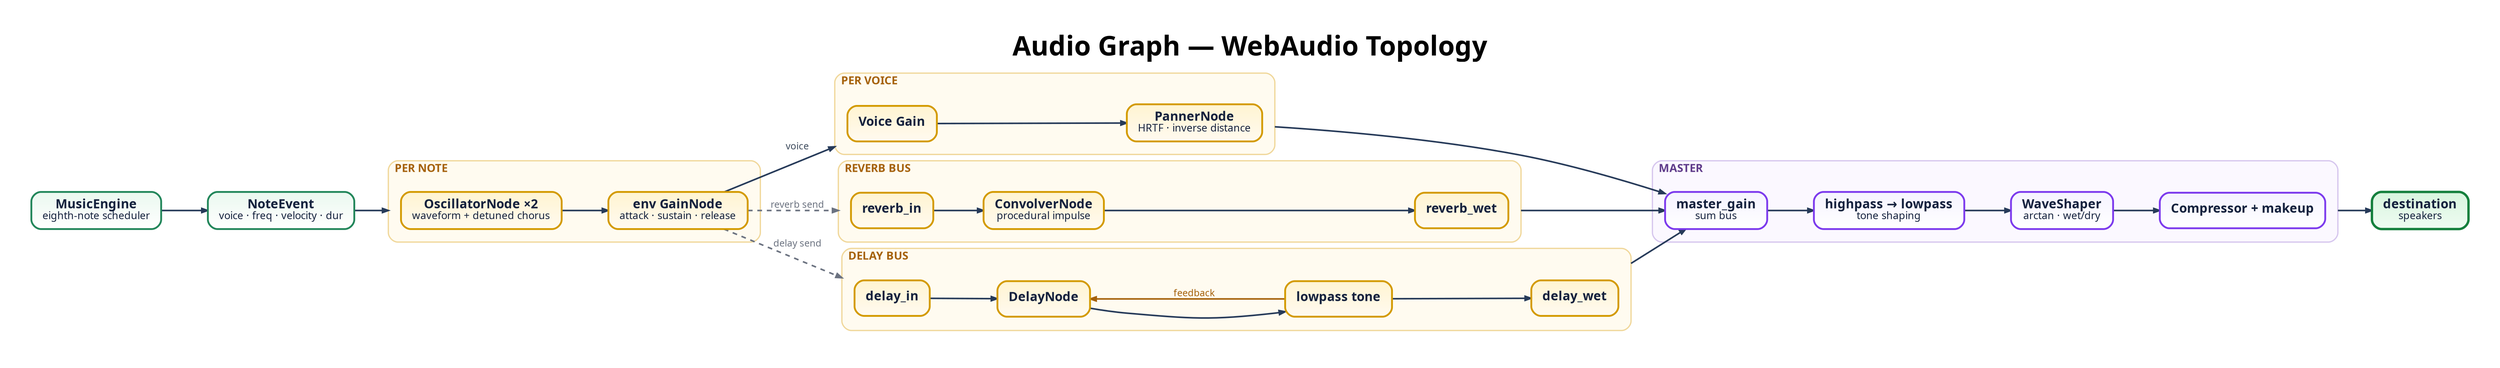
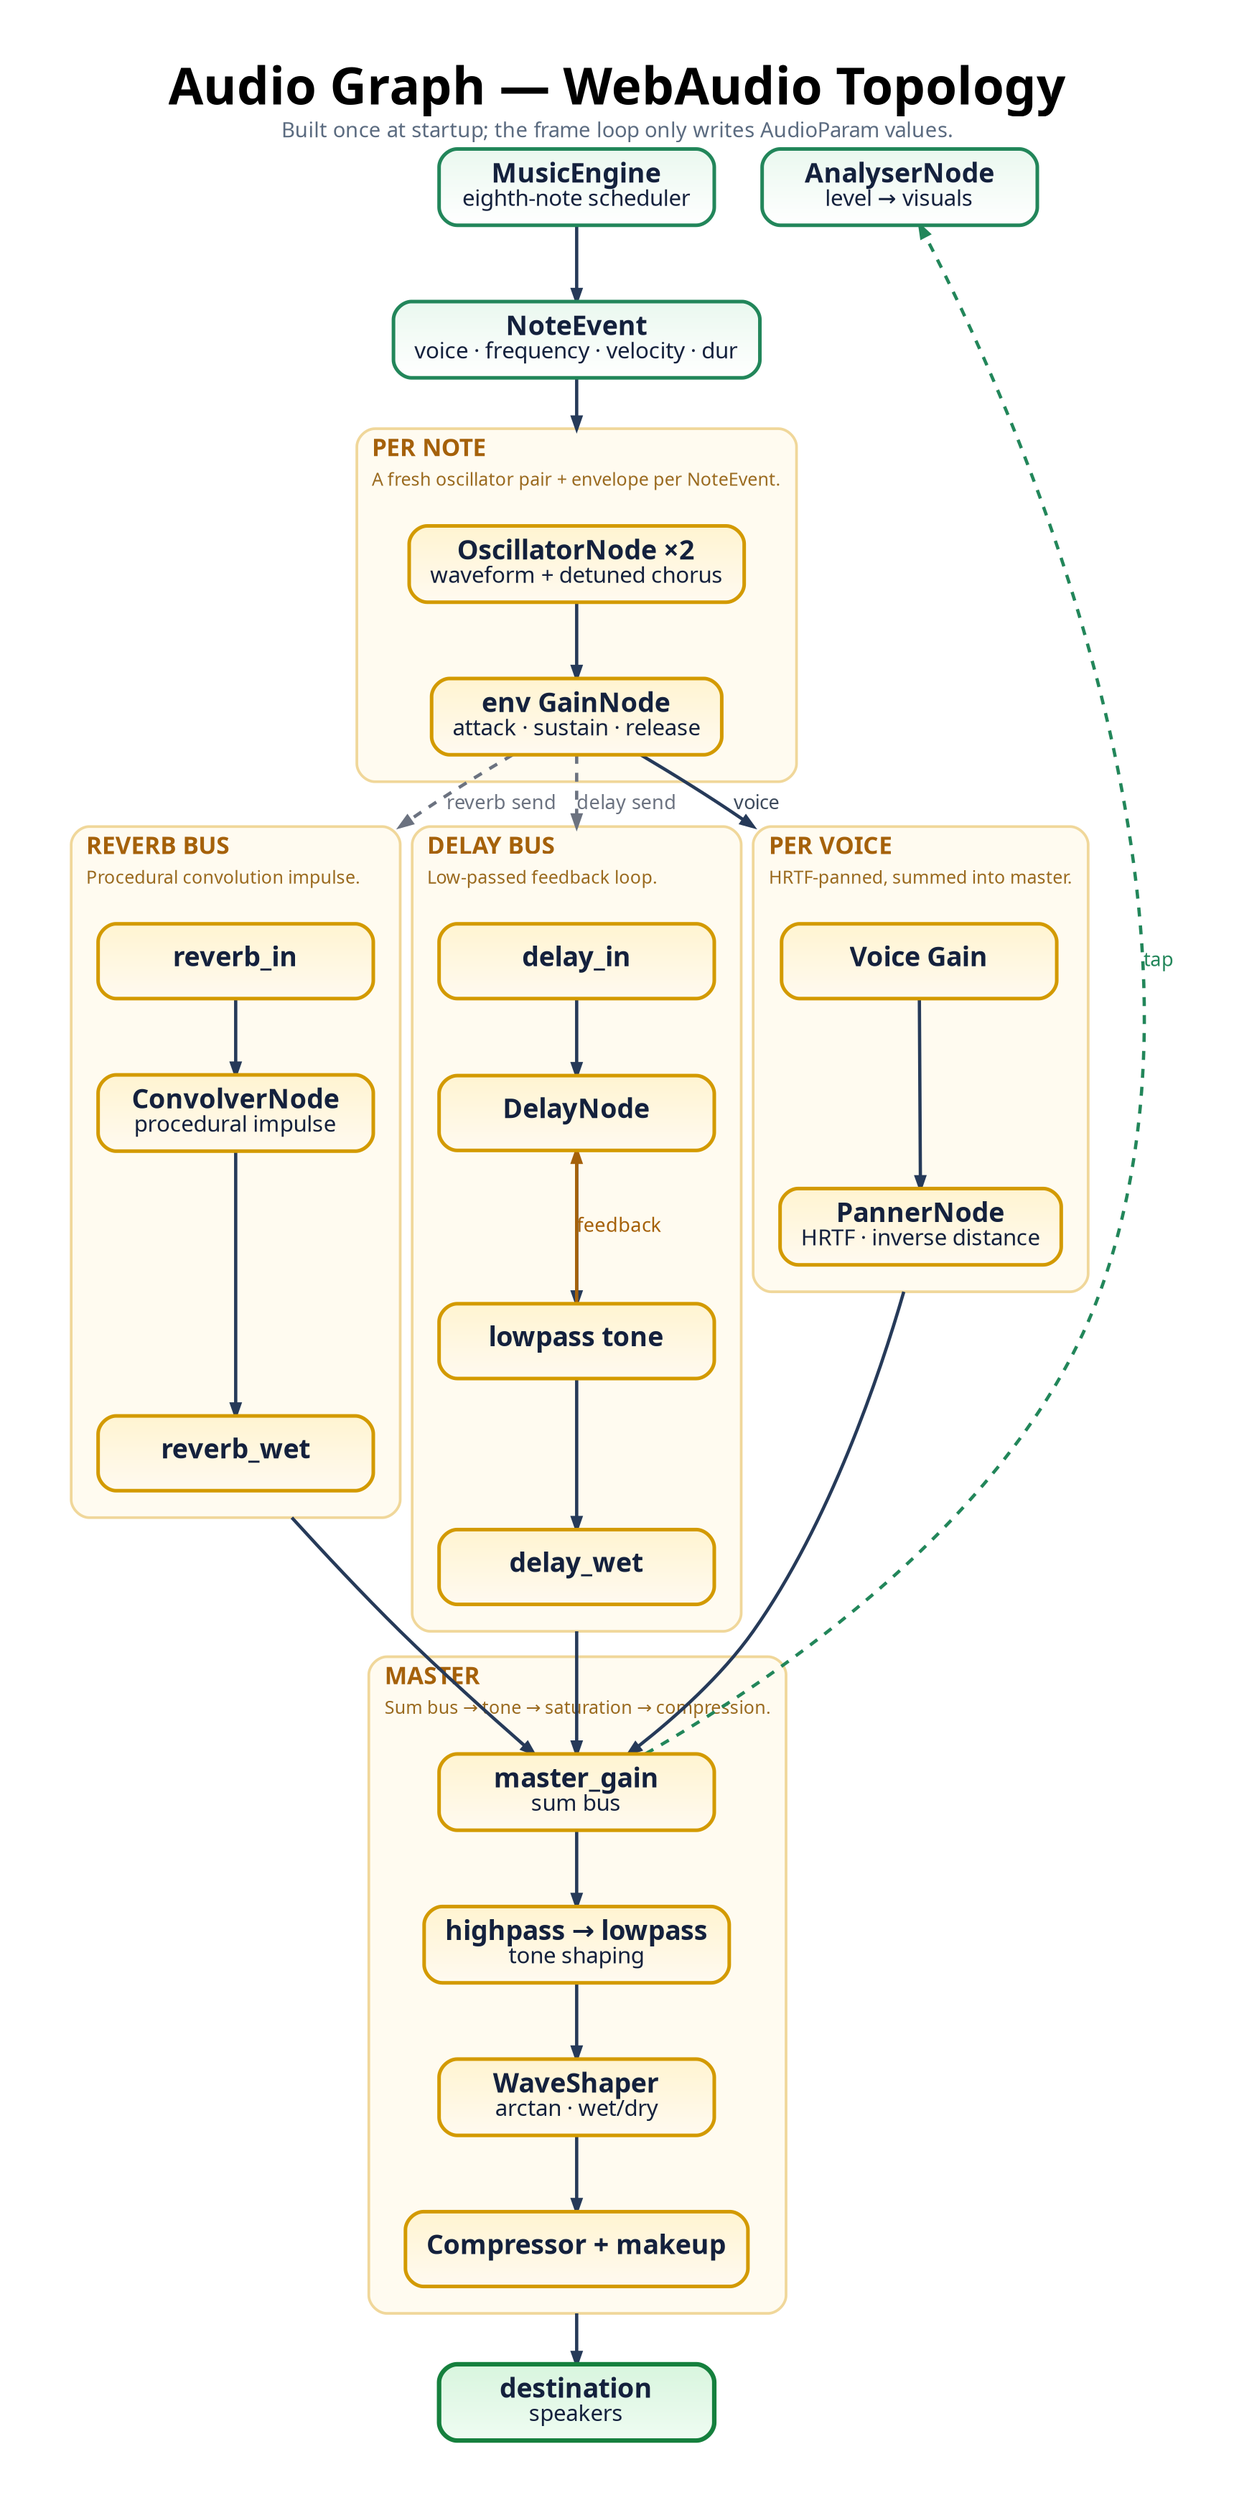
digraph AudioGraph {
  graph [
-     rankdir=LR,
+     rankdir=TB,
    bgcolor="#ffffff",
    pad="0.55",
-     nodesep="0.40",
-     ranksep="0.80",
+     nodesep="0.45",
+     ranksep="0.70",
    splines=spline,
    outputorder=edgesfirst,
    compound=true,
    newrank=true,
    forcelabels=true,
    fontname="Avenir",
    label=<
      <TABLE BORDER="0" CELLBORDER="0" CELLSPACING="0" CELLPADDING="0">
        <TR><TD><FONT POINT-SIZE="34"><B>Audio Graph — WebAudio Topology</B></FONT></TD></TR>
+         <TR><TD><FONT POINT-SIZE="14" COLOR="#5b6b80">Built once at startup; the frame loop only writes AudioParam values.</FONT></TD></TR>
      </TABLE>
    >,
    labelloc=t,
    labeljust=c
  ];

  node [
    shape=box,
    style="rounded,filled",
-     margin="0.20,0.12",
-     height=0.62,
+     margin="0.20,0.13",
+     width=2.55,
+     height=0.70,
+     fixedsize=false,
    fontname="Avenir",
-     fontsize=16,
-     penwidth=2.3,
+     fontsize=18,
+     penwidth=2.4,
    fontcolor="#14213d",
    color="#d39a00",
    fillcolor="#fff4d1:#fffaf0",
    gradientangle=270
  ];

  edge [
    color="#263a59",
    fontname="Avenir",
-     fontsize=12,
+     fontsize=13,
    fontcolor="#3d4a5c",
-     penwidth=2.0,
-     arrowsize=0.74
+     penwidth=2.2,
+     arrowsize=0.78
  ];

-   // ---- Generation (Rust) ----
-   ENG [label=<<B>MusicEngine</B><BR/><FONT POINT-SIZE="13">eighth-note scheduler</FONT>>, fillcolor="#eaf8ef:#ffffff", color="#22865a"];
-   NOTE [label=<<B>NoteEvent</B><BR/><FONT POINT-SIZE="13">voice · freq · velocity · dur</FONT>>, fillcolor="#eaf8ef:#ffffff", color="#22865a"];
+   // ---- Generation (Rust core) ----
+   ENG  [label=<<B>MusicEngine</B><BR/><FONT POINT-SIZE="15">eighth-note scheduler</FONT>>, fillcolor="#eaf8ef:#ffffff", color="#22865a"];
+   NOTE [label=<<B>NoteEvent</B><BR/><FONT POINT-SIZE="15">voice · frequency · velocity · dur</FONT>>, fillcolor="#eaf8ef:#ffffff", color="#22865a"];

  // ---- Per-note synthesis ----
  subgraph cluster_note {
-     graph [label=<<FONT POINT-SIZE="14" COLOR="#a5610a"><B>PER NOTE</B></FONT>>, labelloc=t, labeljust=l, color="#f0d79a", fillcolor="#fffbf0", style="rounded,filled", penwidth=1.6, margin=16];
-     OSC [label=<<B>OscillatorNode ×2</B><BR/><FONT POINT-SIZE="13">waveform + detuned chorus</FONT>>];
-     ENV [label=<<B>env GainNode</B><BR/><FONT POINT-SIZE="13">attack · sustain · release</FONT>>];
+     graph [
+       label=<
+         <TABLE BORDER="0" CELLBORDER="0" CELLSPACING="0" CELLPADDING="2">
+           <TR><TD ALIGN="LEFT"><FONT POINT-SIZE="16" COLOR="#a5610a"><B>PER NOTE</B></FONT></TD></TR>
+           <TR><TD ALIGN="LEFT"><FONT POINT-SIZE="12" COLOR="#9a6a1f">A fresh oscillator pair + envelope per NoteEvent.</FONT></TD></TR>
+         </TABLE>
+       >,
+       labelloc=t, labeljust=l,
+       color="#f0d79a", fillcolor="#fffbf0", style="rounded,filled", penwidth=1.8, margin=18
+     ];
+     OSC [label=<<B>OscillatorNode ×2</B><BR/><FONT POINT-SIZE="15">waveform + detuned chorus</FONT>>];
+     ENV [label=<<B>env GainNode</B><BR/><FONT POINT-SIZE="15">attack · sustain · release</FONT>>];
+     OSC -> ENV;
  }

-   // ---- Per-voice strip ----
+   // ---- Three parallel paths from the envelope ----
  subgraph cluster_voice {
-     graph [label=<<FONT POINT-SIZE="14" COLOR="#a5610a"><B>PER VOICE</B></FONT>>, labelloc=t, labeljust=l, color="#f0d79a", fillcolor="#fffbf0", style="rounded,filled", penwidth=1.6, margin=16];
-     VG [label=<<B>Voice Gain</B>>];
-     PAN [label=<<B>PannerNode</B><BR/><FONT POINT-SIZE="13">HRTF · inverse distance</FONT>>];
+     graph [
+       label=<
+         <TABLE BORDER="0" CELLBORDER="0" CELLSPACING="0" CELLPADDING="2">
+           <TR><TD ALIGN="LEFT"><FONT POINT-SIZE="16" COLOR="#a5610a"><B>PER VOICE</B></FONT></TD></TR>
+           <TR><TD ALIGN="LEFT"><FONT POINT-SIZE="12" COLOR="#9a6a1f">HRTF-panned, summed into master.</FONT></TD></TR>
+         </TABLE>
+       >,
+       labelloc=t, labeljust=l,
+       color="#f0d79a", fillcolor="#fffbf0", style="rounded,filled", penwidth=1.8, margin=18
+     ];
+     VG  [label=<<B>Voice Gain</B>>];
+     PAN [label=<<B>PannerNode</B><BR/><FONT POINT-SIZE="15">HRTF · inverse distance</FONT>>];
    VG -> PAN;
  }

-   // ---- Reverb bus ----
  subgraph cluster_reverb {
-     graph [label=<<FONT POINT-SIZE="14" COLOR="#a5610a"><B>REVERB BUS</B></FONT>>, labelloc=t, labeljust=l, color="#f0d79a", fillcolor="#fffbf0", style="rounded,filled", penwidth=1.6, margin=16];
-     RIN [label=<<B>reverb_in</B>>];
-     CONV [label=<<B>ConvolverNode</B><BR/><FONT POINT-SIZE="13">procedural impulse</FONT>>];
+     graph [
+       label=<
+         <TABLE BORDER="0" CELLBORDER="0" CELLSPACING="0" CELLPADDING="2">
+           <TR><TD ALIGN="LEFT"><FONT POINT-SIZE="16" COLOR="#a5610a"><B>REVERB BUS</B></FONT></TD></TR>
+           <TR><TD ALIGN="LEFT"><FONT POINT-SIZE="12" COLOR="#9a6a1f">Procedural convolution impulse.</FONT></TD></TR>
+         </TABLE>
+       >,
+       labelloc=t, labeljust=l,
+       color="#f0d79a", fillcolor="#fffbf0", style="rounded,filled", penwidth=1.8, margin=18
+     ];
+     RIN  [label=<<B>reverb_in</B>>];
+     CONV [label=<<B>ConvolverNode</B><BR/><FONT POINT-SIZE="15">procedural impulse</FONT>>];
    RWET [label=<<B>reverb_wet</B>>];
    RIN -> CONV -> RWET;
  }

-   // ---- Delay bus ----
  subgraph cluster_delay {
-     graph [label=<<FONT POINT-SIZE="14" COLOR="#a5610a"><B>DELAY BUS</B></FONT>>, labelloc=t, labeljust=l, color="#f0d79a", fillcolor="#fffbf0", style="rounded,filled", penwidth=1.6, margin=16];
-     DIN [label=<<B>delay_in</B>>];
-     DLY [label=<<B>DelayNode</B>>];
+     graph [
+       label=<
+         <TABLE BORDER="0" CELLBORDER="0" CELLSPACING="0" CELLPADDING="2">
+           <TR><TD ALIGN="LEFT"><FONT POINT-SIZE="16" COLOR="#a5610a"><B>DELAY BUS</B></FONT></TD></TR>
+           <TR><TD ALIGN="LEFT"><FONT POINT-SIZE="12" COLOR="#9a6a1f">Low-passed feedback loop.</FONT></TD></TR>
+         </TABLE>
+       >,
+       labelloc=t, labeljust=l,
+       color="#f0d79a", fillcolor="#fffbf0", style="rounded,filled", penwidth=1.8, margin=18
+     ];
+     DIN   [label=<<B>delay_in</B>>];
+     DLY   [label=<<B>DelayNode</B>>];
    DTONE [label=<<B>lowpass tone</B>>];
-     DWET [label=<<B>delay_wet</B>>];
+     DWET  [label=<<B>delay_wet</B>>];
    DIN -> DLY -> DTONE -> DWET;
    DTONE -> DLY [label="feedback", color="#a5610a", fontcolor="#a5610a", constraint=false];
  }

  // ---- Master chain ----
  subgraph cluster_master {
-     graph [label=<<FONT POINT-SIZE="14" COLOR="#5f3b8a"><B>MASTER</B></FONT>>, labelloc=t, labeljust=l, color="#d6c6ee", fillcolor="#fbf8ff", style="rounded,filled", penwidth=1.6, margin=16];
-     MASTER [label=<<B>master_gain</B><BR/><FONT POINT-SIZE="13">sum bus</FONT>>, fillcolor="#f5f3ff:#ffffff", color="#7c3aed"];
-     TONE [label=<<B>highpass → lowpass</B><BR/><FONT POINT-SIZE="13">tone shaping</FONT>>, fillcolor="#f5f3ff:#ffffff", color="#7c3aed"];
-     SAT [label=<<B>WaveShaper</B><BR/><FONT POINT-SIZE="13">arctan · wet/dry</FONT>>, fillcolor="#f5f3ff:#ffffff", color="#7c3aed"];
-     COMP [label=<<B>Compressor + makeup</B>>, fillcolor="#f5f3ff:#ffffff", color="#7c3aed"];
+     graph [
+       label=<
+         <TABLE BORDER="0" CELLBORDER="0" CELLSPACING="0" CELLPADDING="2">
+           <TR><TD ALIGN="LEFT"><FONT POINT-SIZE="16" COLOR="#a5610a"><B>MASTER</B></FONT></TD></TR>
+           <TR><TD ALIGN="LEFT"><FONT POINT-SIZE="12" COLOR="#9a6a1f">Sum bus → tone → saturation → compression.</FONT></TD></TR>
+         </TABLE>
+       >,
+       labelloc=t, labeljust=l,
+       color="#f0d79a", fillcolor="#fffbf0", style="rounded,filled", penwidth=1.8, margin=18
+     ];
+     MASTER [label=<<B>master_gain</B><BR/><FONT POINT-SIZE="15">sum bus</FONT>>];
+     TONE   [label=<<B>highpass → lowpass</B><BR/><FONT POINT-SIZE="15">tone shaping</FONT>>];
+     SAT    [label=<<B>WaveShaper</B><BR/><FONT POINT-SIZE="15">arctan · wet/dry</FONT>>];
+     COMP   [label=<<B>Compressor + makeup</B>>];
    MASTER -> TONE -> SAT -> COMP;
  }

-   DEST [label=<<B>destination</B><BR/><FONT POINT-SIZE="13">speakers</FONT>>, fillcolor="#d8f5de:#effcf2", color="#15803d", penwidth=3.0];
+   // ---- Terminal + visual tap ----
+   DEST [label=<<B>destination</B><BR/><FONT POINT-SIZE="15">speakers</FONT>>, fillcolor="#d8f5de:#effcf2", color="#15803d", penwidth=3.0];
+   ANALYSER [label=<<B>AnalyserNode</B><BR/><FONT POINT-SIZE="15">level → visuals</FONT>>, fillcolor="#eaf8ef:#ffffff", color="#22865a"];

  // ---- Signal flow ----
  ENG -> NOTE;
  NOTE -> OSC [lhead=cluster_note];
-   OSC -> ENV;
-   ENV -> VG [lhead=cluster_voice, label="voice"];
+   ENV -> VG  [lhead=cluster_voice, label="voice"];
+   ENV -> RIN [lhead=cluster_reverb, label="reverb send", style=dashed, color="#6b7280", fontcolor="#6b7280"];
  ENV -> DIN [lhead=cluster_delay, label="delay send", style=dashed, color="#6b7280", fontcolor="#6b7280"];
-   ENV -> RIN [lhead=cluster_reverb, label="reverb send", style=dashed, color="#6b7280", fontcolor="#6b7280"];
-   PAN -> MASTER [ltail=cluster_voice];
+   PAN  -> MASTER [ltail=cluster_voice];
  RWET -> MASTER [ltail=cluster_reverb];
  DWET -> MASTER [ltail=cluster_delay];
  COMP -> DEST [ltail=cluster_master];
+   MASTER -> ANALYSER [label="tap", style=dashed, color="#22865a", fontcolor="#22865a", constraint=false];
+ 
+   // Keep the three parallel buses on one rank under the envelope.
+   { rank=same; VG; RIN; DIN; }
}
